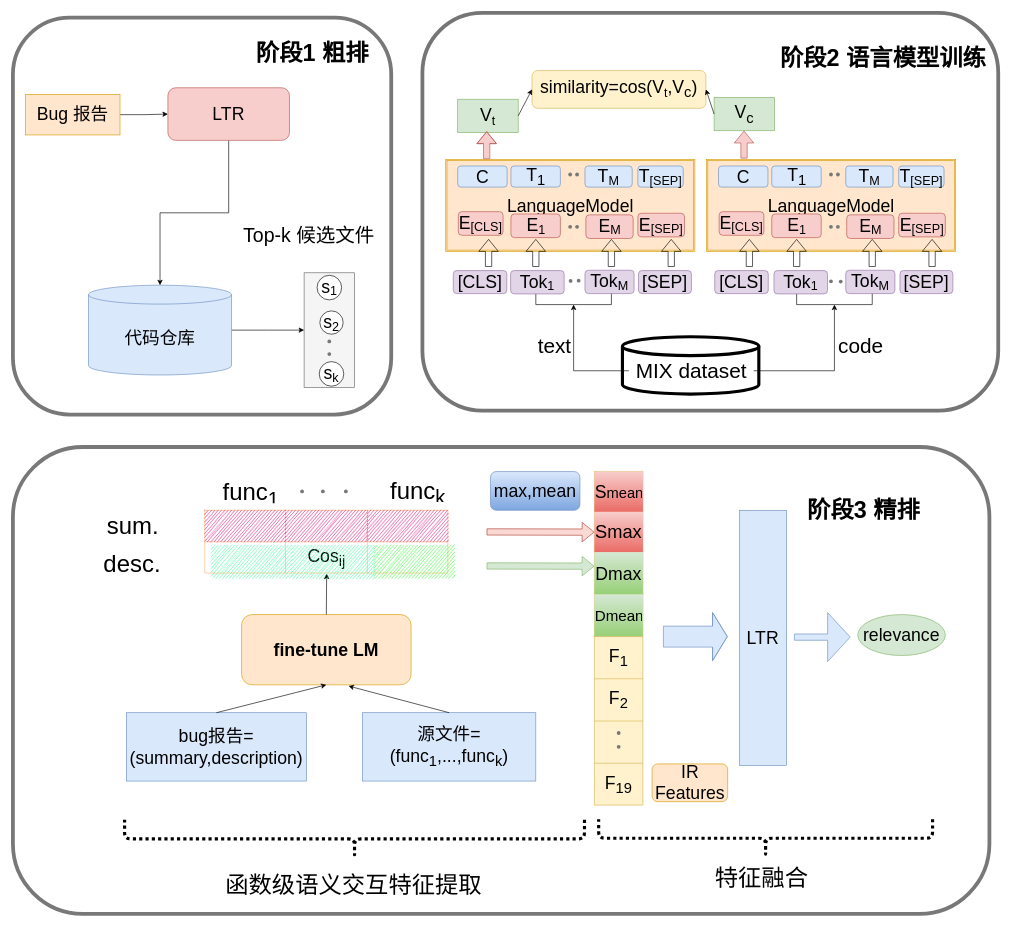
hangdj/BERT-PLI-IJCAI2020 keeps this draw.io diagram as 第三章设计架构图.drawio. Above is the earlier version. Source tidied: cells renumbered, new cells numbered last; positions are measured from the earlier drawing's top-left corner, leaving out a move shared by most shapes. Both pictures are drawn from the tidied source at 63%, with x=0, y=0 at pixel (13, 13).
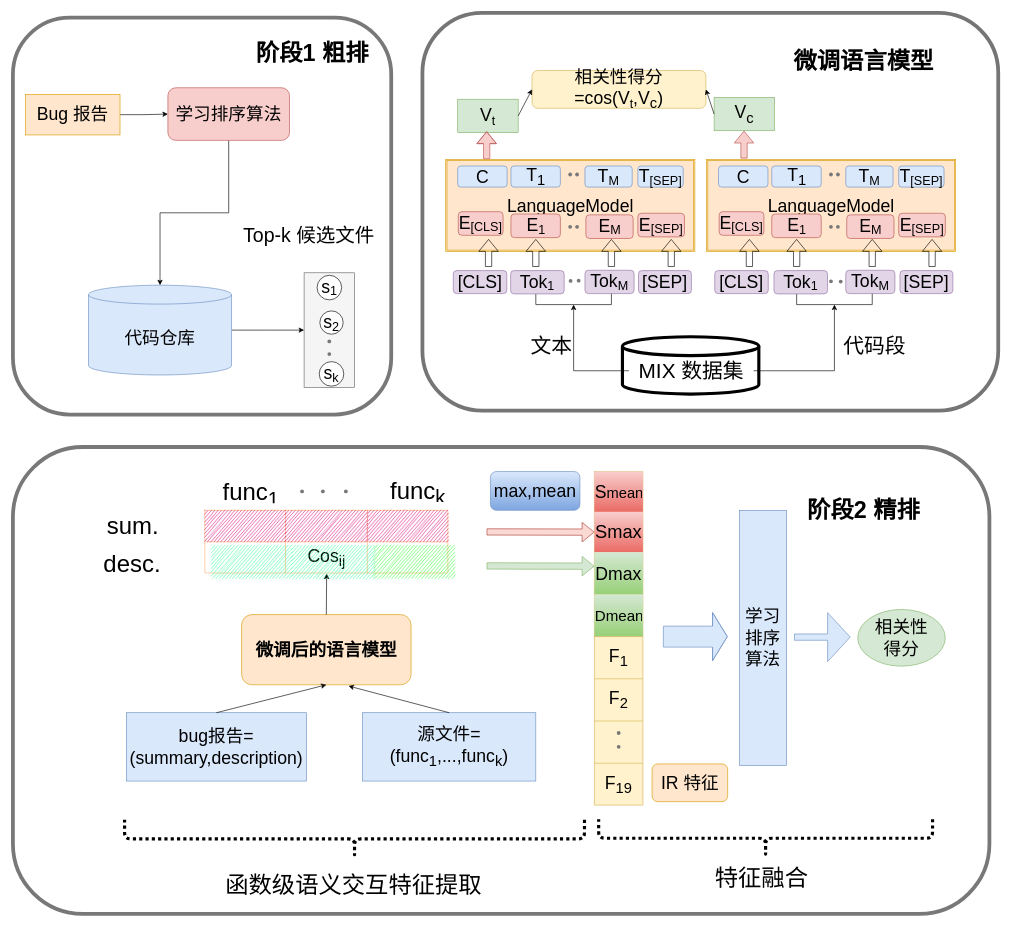
After the change.

Commit message:
Update 第三章设计架构图.drawio

Diff of the diagram source:
```diff
@@
-    <mxCell id="23" value="&lt;font style=&quot;font-size: 37px&quot;&gt;阶段2 语言模型训练&lt;/font&gt;" style="text;strokeColor=none;fillColor=none;html=1;fontSize=24;fontStyle=1;verticalAlign=middle;align=center;" parent="1" vertex="1">
-      <mxGeometry x="1289.5" y="40" width="182" height="65" as="geometry" />
+    <mxCell id="23" value="&lt;font style=&quot;font-size: 37px&quot;&gt;微调语言模型&lt;/font&gt;" style="text;strokeColor=none;fillColor=none;html=1;fontSize=24;fontStyle=1;verticalAlign=middle;align=center;" parent="1" vertex="1">
+      <mxGeometry x="1259" y="45" width="182" height="65" as="geometry" />
     </mxCell>
@@
-    <mxCell id="36" value="&lt;font size=&quot;1&quot;&gt;&lt;b style=&quot;font-size: 28px&quot;&gt;fine-tune LM&lt;/b&gt;&lt;/font&gt;" style="rounded=1;whiteSpace=wrap;html=1;strokeColor=#d79b00;strokeWidth=1;fillColor=#ffe6cc;" parent="1" vertex="1">
+    <mxCell id="36" value="&lt;font size=&quot;1&quot;&gt;&lt;b style=&quot;font-size: 28px&quot;&gt;微调后的语言模型&lt;/b&gt;&lt;/font&gt;" style="rounded=1;whiteSpace=wrap;html=1;strokeColor=#d79b00;strokeWidth=1;fillColor=#ffe6cc;" parent="1" vertex="1">
       <mxGeometry x="363" y="955" width="269" height="111.5" as="geometry" />
     </mxCell>
@@
-    <mxCell id="61" value="&lt;font style=&quot;font-size: 28px&quot;&gt;IR Features&lt;/font&gt;" style="rounded=1;whiteSpace=wrap;html=1;strokeColor=#d79b00;strokeWidth=1;fillColor=#ffe6cc;" parent="1" vertex="1">
+    <mxCell id="61" value="&lt;font style=&quot;font-size: 28px&quot;&gt;IR 特征&lt;/font&gt;" style="rounded=1;whiteSpace=wrap;html=1;strokeColor=#d79b00;strokeWidth=1;fillColor=#ffe6cc;" parent="1" vertex="1">
       <mxGeometry x="1014.5" y="1192" width="120" height="60" as="geometry" />
     </mxCell>
@@
-    <mxCell id="64" value="&lt;p&gt;&lt;font style=&quot;font-size: 28px&quot;&gt;LTR&lt;/font&gt;&lt;/p&gt;" style="rounded=0;whiteSpace=wrap;html=1;comic=0;strokeColor=#6c8ebf;strokeWidth=1;fillColor=#dae8fc;" parent="1" vertex="1">
+    <mxCell id="64" value="&lt;p&gt;&lt;font style=&quot;font-size: 28px&quot;&gt;学习排序算法&lt;/font&gt;&lt;/p&gt;" style="rounded=0;whiteSpace=wrap;html=1;comic=0;strokeColor=#6c8ebf;strokeWidth=1;fillColor=#dae8fc;" parent="1" vertex="1">
       <mxGeometry x="1153" y="789.5" width="75" height="404.9" as="geometry" />
     </mxCell>
@@
-    <mxCell id="66" value="&lt;font style=&quot;font-size: 28px&quot;&gt;relevance&lt;/font&gt;" style="ellipse;whiteSpace=wrap;html=1;comic=0;strokeColor=#82b366;strokeWidth=1;fillColor=#d5e8d4;" parent="1" vertex="1">
-      <mxGeometry x="1341" y="955" width="139" height="65" as="geometry" />
+    <mxCell id="66" value="&lt;font style=&quot;font-size: 28px&quot;&gt;相关性&lt;br&gt;得分&lt;/font&gt;" style="ellipse;whiteSpace=wrap;html=1;comic=0;strokeColor=#82b366;strokeWidth=1;fillColor=#d5e8d4;" parent="1" vertex="1">
+      <mxGeometry x="1341" y="946.9" width="139" height="90" as="geometry" />
     </mxCell>
@@
-    <mxCell id="68" value="&lt;font style=&quot;font-size: 37px&quot;&gt;阶段3 精排&lt;/font&gt;" style="text;strokeColor=none;fillColor=none;html=1;fontSize=24;fontStyle=1;verticalAlign=middle;align=center;" parent="1" vertex="1">
+    <mxCell id="68" value="&lt;font style=&quot;font-size: 37px&quot;&gt;阶段2 精排&lt;/font&gt;" style="text;strokeColor=none;fillColor=none;html=1;fontSize=24;fontStyle=1;verticalAlign=middle;align=center;" parent="1" vertex="1">
       <mxGeometry x="1300" y="770" width="100" height="40" as="geometry" />
     </mxCell>
@@
-    <mxCell id="80" value="&lt;font style=&quot;font-size: 28px&quot;&gt;similarity=cos(V&lt;/font&gt;&lt;font&gt;&lt;span style=&quot;font-size: 23.3333px&quot;&gt;&lt;sub&gt;t&lt;/sub&gt;&lt;/span&gt;&lt;span style=&quot;font-size: 28px&quot;&gt;,V&lt;sub&gt;c&lt;/sub&gt;&lt;/span&gt;&lt;span style=&quot;font-size: 28px&quot;&gt;)&lt;/span&gt;&lt;/font&gt;" style="rounded=1;whiteSpace=wrap;html=1;fillColor=#fff2cc;strokeColor=#d6b656;" parent="1" vertex="1">
+    <mxCell id="80" value="&lt;font style=&quot;font-size: 28px&quot;&gt;相关性得分=cos(V&lt;/font&gt;&lt;font&gt;&lt;span style=&quot;font-size: 23.3333px&quot;&gt;&lt;sub&gt;t&lt;/sub&gt;&lt;/span&gt;&lt;span style=&quot;font-size: 28px&quot;&gt;,V&lt;sub&gt;c&lt;/sub&gt;&lt;/span&gt;&lt;span style=&quot;font-size: 28px&quot;&gt;)&lt;/span&gt;&lt;/font&gt;" style="rounded=1;whiteSpace=wrap;html=1;fillColor=#fff2cc;strokeColor=#d6b656;" parent="1" vertex="1">
       <mxGeometry x="824" y="91.4" width="276" height="60" as="geometry" />
     </mxCell>
@@
-    <mxCell id="117" value="&lt;font style=&quot;font-size: 33px&quot;&gt;MIX dataset&lt;/font&gt;" style="text;html=1;strokeColor=none;fillColor=none;align=center;verticalAlign=middle;whiteSpace=wrap;rounded=0;dashed=1;dashPattern=1 2;" parent="1" vertex="1">
+    <mxCell id="117" value="&lt;font style=&quot;font-size: 33px&quot;&gt;MIX 数据集&lt;/font&gt;" style="text;html=1;strokeColor=none;fillColor=none;align=center;verticalAlign=middle;whiteSpace=wrap;rounded=0;dashed=1;dashPattern=1 2;" parent="1" vertex="1">
       <mxGeometry x="977.8" y="553" width="198" height="30" as="geometry" />
     </mxCell>
-    <mxCell id="118" value="text" style="text;html=1;strokeColor=none;fillColor=none;align=center;verticalAlign=middle;whiteSpace=wrap;rounded=0;fontSize=33;" parent="1" vertex="1">
-      <mxGeometry x="830" y="514" width="60" height="30" as="geometry" />
+    <mxCell id="118" value="文本" style="text;html=1;strokeColor=none;fillColor=none;align=center;verticalAlign=middle;whiteSpace=wrap;rounded=0;fontSize=33;" parent="1" vertex="1">
+      <mxGeometry x="820" y="514" width="70" height="30" as="geometry" />
     </mxCell>
-    <mxCell id="119" value="code" style="text;html=1;strokeColor=none;fillColor=none;align=center;verticalAlign=middle;whiteSpace=wrap;rounded=0;fontSize=33;" parent="1" vertex="1">
-      <mxGeometry x="1316" y="514" width="60" height="30" as="geometry" />
+    <mxCell id="119" value="代码段" style="text;html=1;strokeColor=none;fillColor=none;align=center;verticalAlign=middle;whiteSpace=wrap;rounded=0;fontSize=33;" parent="1" vertex="1">
+      <mxGeometry x="1316" y="514" width="104" height="30" as="geometry" />
     </mxCell>
@@
-    <mxCell id="128" value="&lt;font style=&quot;font-size: 28px&quot;&gt;LTR&lt;/font&gt;" style="rounded=1;whiteSpace=wrap;html=1;fillColor=#f8cecc;strokeColor=#b85450;" parent="1" vertex="1">
+    <mxCell id="128" value="&lt;font style=&quot;font-size: 28px&quot;&gt;学习排序算法&lt;/font&gt;" style="rounded=1;whiteSpace=wrap;html=1;fillColor=#f8cecc;strokeColor=#b85450;" parent="1" vertex="1">
       <mxGeometry x="246" y="118.8" width="193" height="83.5" as="geometry" />
     </mxCell>
```
